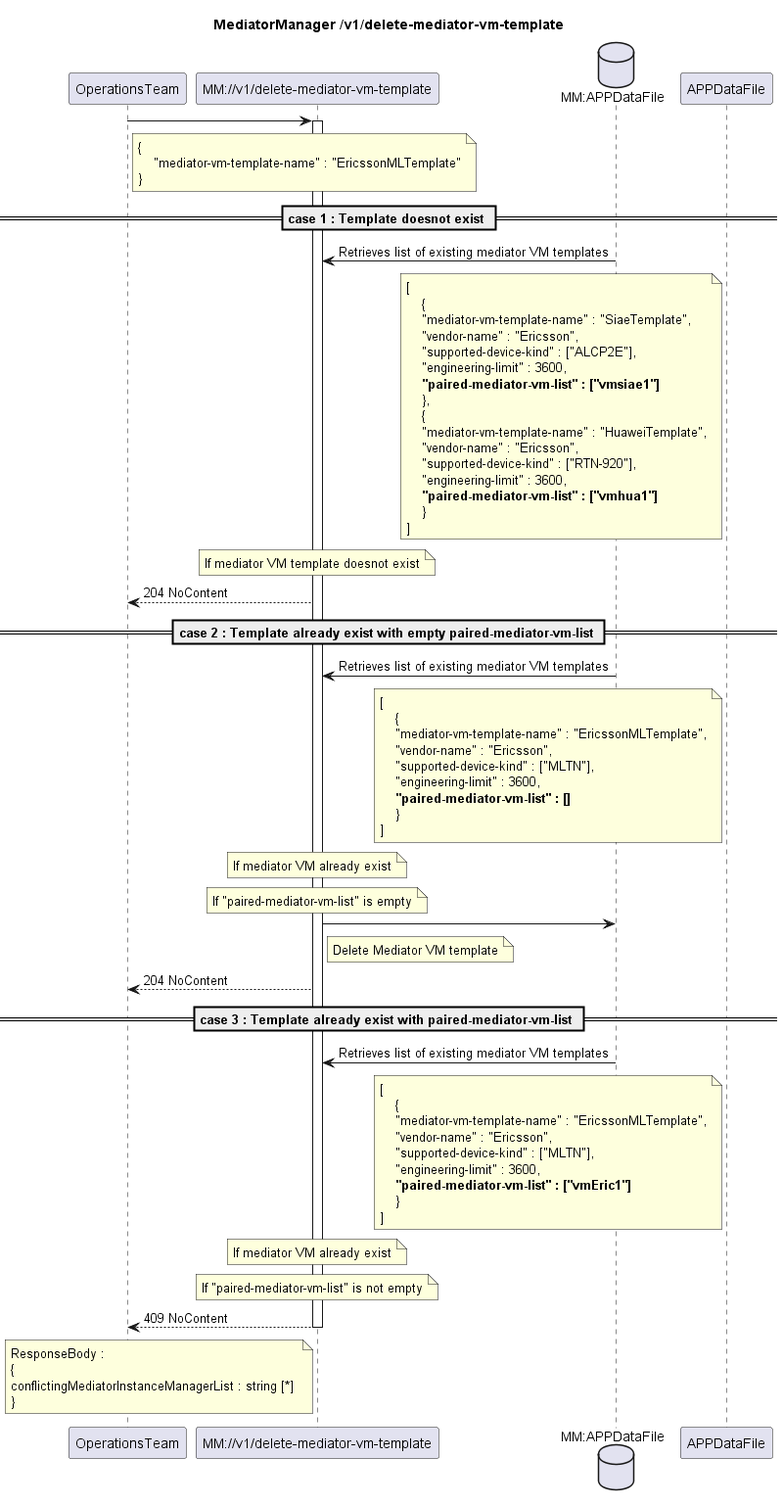
Before: spec/diagrams/MediatorVMtemplate/DeleteMediatorVmTemplate.png, a diagram exported from PlantUML (PrathibaJee/MediatorManager). The source it was exported from:
```plantuml
@startuml DeleteMediatorVmTemplate
skinparam responseMessageBelowArrow true

title
MediatorManager /v1/delete-mediator-vm-template
end title

participant "OperationsTeam" as OT
participant "MM://v1/delete-mediator-vm-template" as MM
database "MM:APPDataFile" as AppData

OT -> MM :
note right OT
    {
        "mediator-vm-template-name" : "EricssonMLTemplate"
    }
end note
activate MM

== case 1 : Template doesnot exist ==
AppData -> MM : Retrieves list of existing mediator VM templates
note left APPDataFile
[
    {
    "mediator-vm-template-name" : "SiaeTemplate",
    "vendor-name" : "Ericsson",
    "supported-device-kind" : ["ALCP2E"],
    "engineering-limit" : 3600,
    <b>"paired-mediator-vm-list" : ["vmsiae1"]
    },
    {
    "mediator-vm-template-name" : "HuaweiTemplate",
    "vendor-name" : "Ericsson",
    "supported-device-kind" : ["RTN-920"],
    "engineering-limit" : 3600,
    <b>"paired-mediator-vm-list" : ["vmhua1"]
    }
]
end note
note over MM
   If mediator VM template doesnot exist
end note

MM --> OT : 204 NoContent

== case 2 : Template already exist with empty paired-mediator-vm-list ==
AppData -> MM : Retrieves list of existing mediator VM templates
note left APPDataFile
[
    {
    "mediator-vm-template-name" : "EricssonMLTemplate",
    "vendor-name" : "Ericsson",
    "supported-device-kind" : ["MLTN"],
    "engineering-limit" : 3600,
    <b>"paired-mediator-vm-list" : []
    }
]
end note
note over MM
   If mediator VM already exist
end note
note over MM
   If "paired-mediator-vm-list" is empty
end note
MM -> AppData :
note right MM
   Delete Mediator VM template
end note
MM --> OT : 204 NoContent

== case 3 : Template already exist with paired-mediator-vm-list ==
AppData -> MM : Retrieves list of existing mediator VM templates
note left APPDataFile
[
    {
    "mediator-vm-template-name" : "EricssonMLTemplate",
    "vendor-name" : "Ericsson",
    "supported-device-kind" : ["MLTN"],
    "engineering-limit" : 3600,
    <b>"paired-mediator-vm-list" : ["vmEric1"]
    }
]
end note
note over MM
   If mediator VM already exist
end note
note over MM
   If "paired-mediator-vm-list" is not empty
end note

MM --> OT : 409 NoContent
note left MM
ResponseBody :
{
conflictingMediatorInstanceManagerList : string [*]
}
end note

deactivate MM

@enduml
```
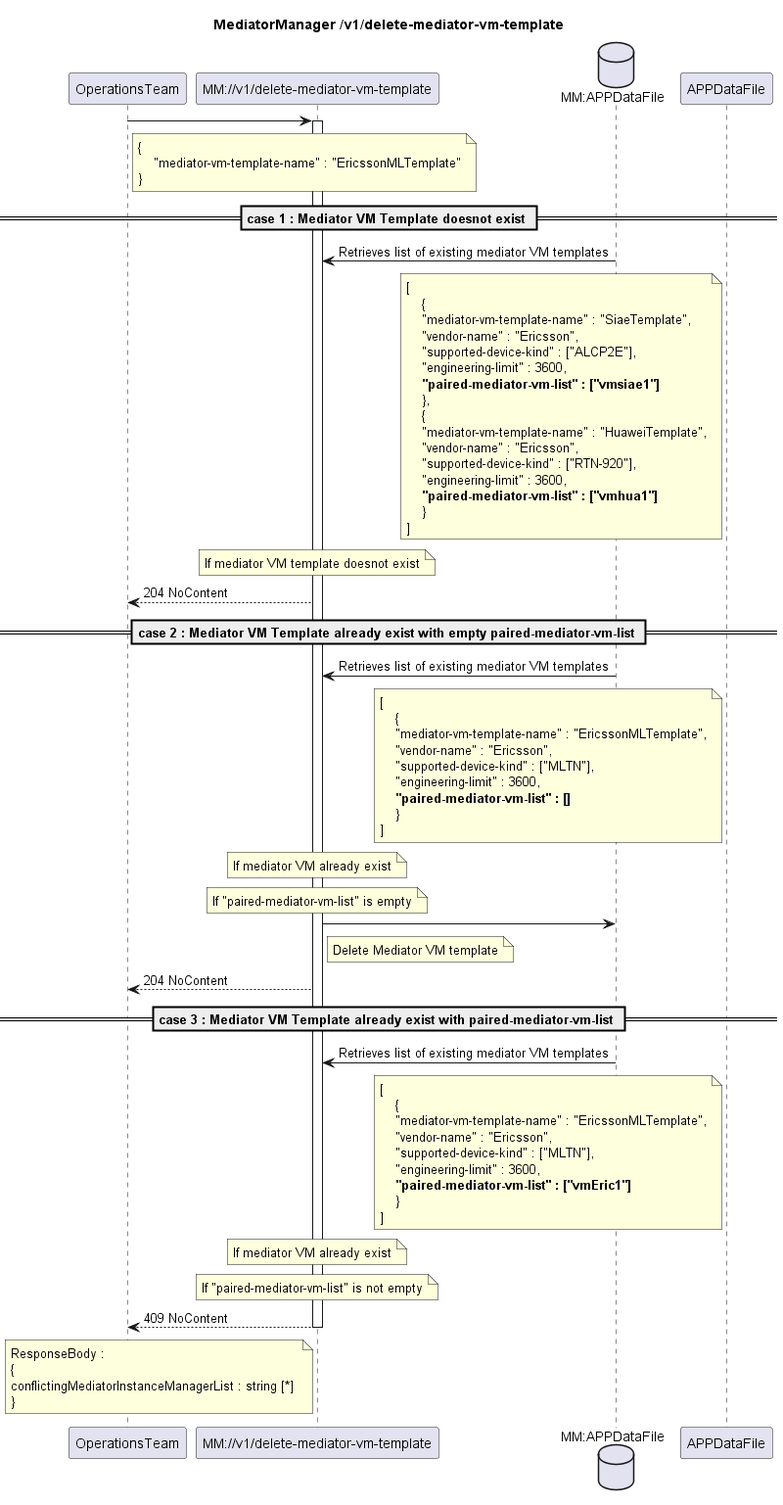
The same file after the commit.

Diff of the diagram source:
```diff
@@ -17,7 +17,7 @@
 end note
 activate MM
 
-== case 1 : Template doesnot exist ==
+== case 1 : Mediator VM Template doesnot exist ==
 AppData -> MM : Retrieves list of existing mediator VM templates
 note left APPDataFile
 [
@@ -43,7 +43,7 @@
 
 MM --> OT : 204 NoContent
 
-== case 2 : Template already exist with empty paired-mediator-vm-list ==
+== case 2 : Mediator VM Template already exist with empty paired-mediator-vm-list ==
 AppData -> MM : Retrieves list of existing mediator VM templates
 note left APPDataFile
 [
@@ -68,7 +68,7 @@
 end note
 MM --> OT : 204 NoContent
 
-== case 3 : Template already exist with paired-mediator-vm-list ==
+== case 3 : Mediator VM Template already exist with paired-mediator-vm-list ==
 AppData -> MM : Retrieves list of existing mediator VM templates
 note left APPDataFile
 [
```
